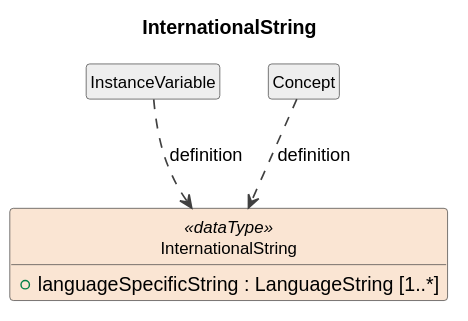
Above: build/plantuml/cdifDataDescription/DataTypes/InternationalString.svg in Cross-Domain-Interoperability-Framework/metadataBuildingBlocks (PlantUML), before the change.
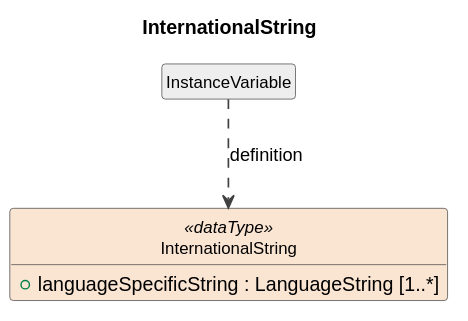
The same diagram one commit later.

Change to the diagram source:
```diff
@@ -15,6 +15,4 @@
 }
 class "InstanceVariable" as InstanceVariable #EEEEEE
 InstanceVariable ..> InternationalString : definition
-class "Concept" as Concept #EEEEEE
-Concept ..> InternationalString : definition
 @enduml
```
